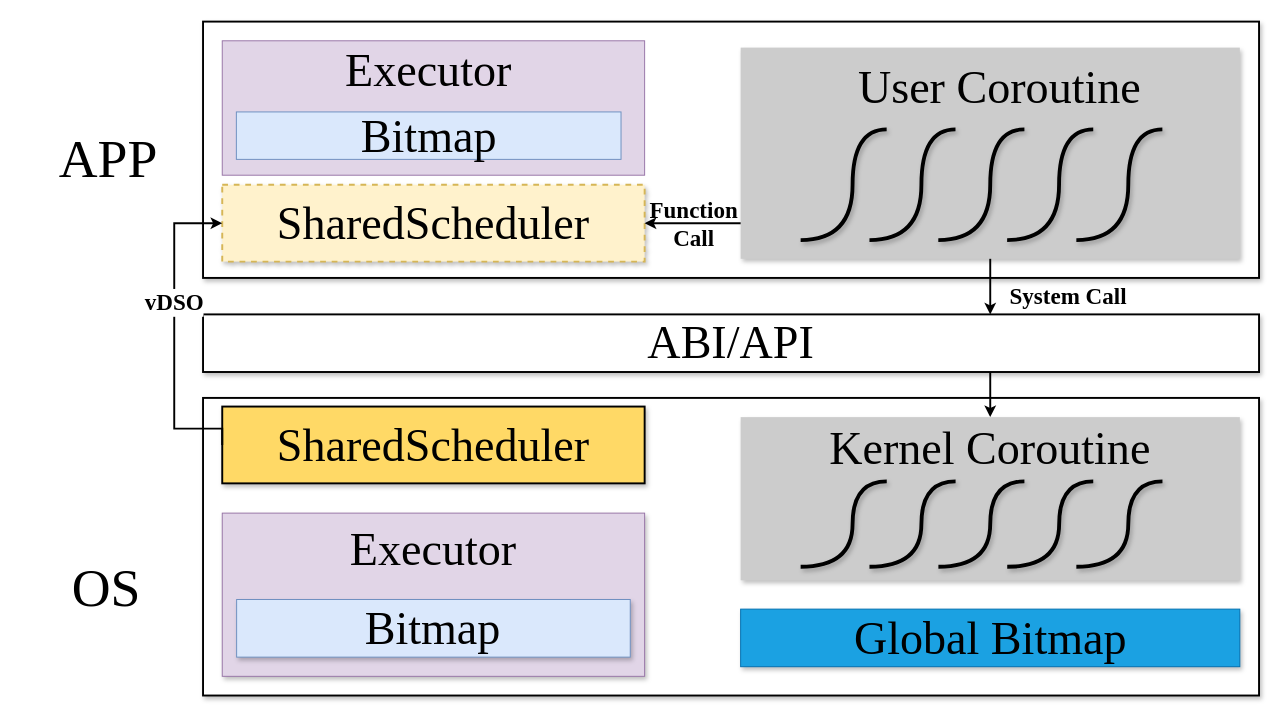
This is Article/assets/arch.drawio from zflcs/SharedScheduler, a draw.io file, before an edit. Source tidied: cells renumbered, new cells numbered last; positions are measured from the earlier drawing's top-left corner, leaving out a move shared by most shapes. Both pictures are drawn from the tidied source at 96%, with x=0, y=0 at pixel (20, 21).
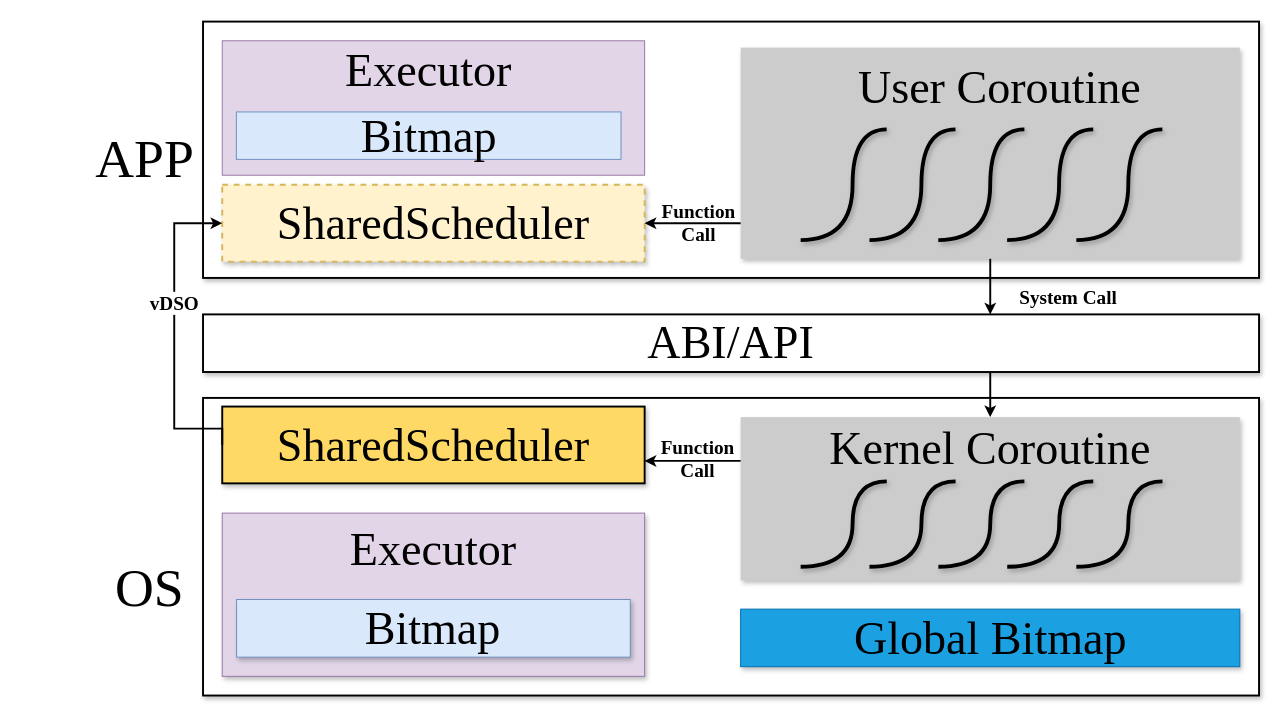
After the change.

The change refers to these unchanged cells:
```xml
<mxCell id="39" style="edgeStyle=orthogonalEdgeStyle;rounded=0;jettySize=auto;html=1;exitX=0;exitY=0.5;exitDx=0;exitDy=0;entryX=0;entryY=0.5;entryDx=0;entryDy=0;strokeWidth=2;fontFamily=Times New Roman;" parent="1" edge="1" source="7" target="37">
  <mxGeometry relative="1" as="geometry">
    <Array as="points">
      <mxPoint x="160" y="424" />
      <mxPoint x="160" y="210" />
    </Array>
  </mxGeometry>
</mxCell>
<mxCell id="49" style="edgeStyle=orthogonalEdgeStyle;rounded=0;jettySize=auto;html=1;strokeWidth=2;fontFamily=Times New Roman;" parent="1" edge="1" source="42" target="34">
  <mxGeometry relative="1" as="geometry">
    <Array as="points">
      <mxPoint x="1010" y="295" />
      <mxPoint x="1010" y="295" />
    </Array>
  </mxGeometry>
</mxCell>
<mxCell id="51" style="edgeStyle=orthogonalEdgeStyle;rounded=0;jettySize=auto;html=1;entryX=1;entryY=0.5;entryDx=0;entryDy=0;strokeWidth=2;fontFamily=Times New Roman;" parent="1" edge="1" target="37">
  <mxGeometry relative="1" as="geometry">
    <mxPoint x="750" y="210" as="sourcePoint" />
    <Array as="points">
      <mxPoint x="750" y="210" />
    </Array>
  </mxGeometry>
</mxCell>
```

Diff of the diagram source:
```diff
@@
     <mxCell id="4" value="&lt;font style=&quot;font-size: 56px;&quot;&gt;OS&lt;/font&gt;" style="text;strokeColor=none;align=center;fillColor=none;html=1;verticalAlign=middle;whiteSpace=wrap;rounded=0;strokeWidth=1;shadow=1;rotation=0;fontFamily=Times New Roman;" parent="1" vertex="1">
-      <mxGeometry y="560" width="178.7" height="60" as="geometry" />
+      <mxGeometry x="90" y="560" width="88.7" height="60" as="geometry" />
     </mxCell>
     <mxCell id="5" value="&lt;font&gt;&lt;span style=&quot;font-size: 56px;&quot;&gt;APP&lt;/span&gt;&lt;/font&gt;" style="text;strokeColor=none;align=center;fillColor=none;html=1;verticalAlign=middle;whiteSpace=wrap;rounded=0;strokeWidth=1;shadow=1;fontFamily=Times New Roman;" parent="1" vertex="1">
-      <mxGeometry x="4" y="125" width="174.7" height="36" as="geometry" />
+      <mxGeometry x="80" y="125" width="98.7" height="36" as="geometry" />
     </mxCell>
@@
-    <mxCell id="40" value="&lt;font style=&quot;font-size: 24px;&quot;&gt;vDSO&lt;/font&gt;" style="edgeLabel;html=1;align=center;verticalAlign=middle;fontFamily=Times New Roman;fontStyle=1;" parent="39" vertex="1">
+    <mxCell id="40" value="&lt;font style=&quot;font-size: 20px;&quot;&gt;vDSO&lt;/font&gt;" style="edgeLabel;html=1;align=center;verticalAlign=middle;fontFamily=Times New Roman;fontStyle=1;" parent="39" vertex="1">
       <mxGeometry x="0.06" y="3" relative="1" as="geometry">
         <mxPoint x="2" y="-24" as="offset" />
       </mxGeometry>
     </mxCell>
@@
-    <mxCell id="50" value="&lt;font style=&quot;font-size: 24px;&quot;&gt;System Call&lt;/font&gt;" style="edgeLabel;html=1;align=center;verticalAlign=middle;labelBackgroundColor=none;fontFamily=Times New Roman;fontStyle=1;" parent="49" vertex="1">
+    <mxCell id="50" value="&lt;font style=&quot;font-size: 20px;&quot;&gt;System Call&lt;/font&gt;" style="edgeLabel;html=1;align=center;verticalAlign=middle;labelBackgroundColor=none;fontFamily=Times New Roman;fontStyle=1;" parent="49" vertex="1">
       <mxGeometry x="-0.05" y="3" relative="1" as="geometry">
         <mxPoint x="77" y="11" as="offset" />
       </mxGeometry>
     </mxCell>
@@
-    <mxCell id="52" value="&lt;font style=&quot;font-size: 24px;&quot;&gt;Function&lt;br&gt;Call&lt;/font&gt;" style="edgeLabel;html=1;align=center;verticalAlign=middle;labelBackgroundColor=none;fontFamily=Times New Roman;fontStyle=1;" parent="51" vertex="1">
+    <mxCell id="52" value="&lt;font style=&quot;font-size: 20px;&quot;&gt;Function&lt;br&gt;Call&lt;/font&gt;" style="edgeLabel;html=1;align=center;verticalAlign=middle;labelBackgroundColor=none;fontFamily=Times New Roman;fontStyle=1;" parent="51" vertex="1">
       <mxGeometry x="0.18" y="-1" relative="1" as="geometry">
-        <mxPoint x="9" y="1" as="offset" />
+        <mxPoint x="14" y="-1" as="offset" />
       </mxGeometry>
     </mxCell>
@@
+    <mxCell id="54" style="edgeStyle=orthogonalEdgeStyle;rounded=0;orthogonalLoop=1;jettySize=auto;html=1;entryX=1;entryY=0.5;entryDx=0;entryDy=0;strokeWidth=2;fontFamily=Times New Roman;" parent="1" edge="1">
+      <mxGeometry relative="1" as="geometry">
+        <mxPoint x="750" y="457.6" as="sourcePoint" />
+        <mxPoint x="650" y="457.6" as="targetPoint" />
+        <Array as="points">
+          <mxPoint x="750" y="457.6" />
+        </Array>
+      </mxGeometry>
+    </mxCell>
+    <mxCell id="55" value="&lt;font style=&quot;font-size: 20px;&quot;&gt;Function&lt;br&gt;Call&lt;/font&gt;" style="edgeLabel;html=1;align=center;verticalAlign=middle;labelBackgroundColor=none;fontFamily=Times New Roman;fontStyle=1;" parent="54" vertex="1">
+      <mxGeometry x="0.18" y="-1" relative="1" as="geometry">
+        <mxPoint x="13" y="-2" as="offset" />
+      </mxGeometry>
+    </mxCell>
```
